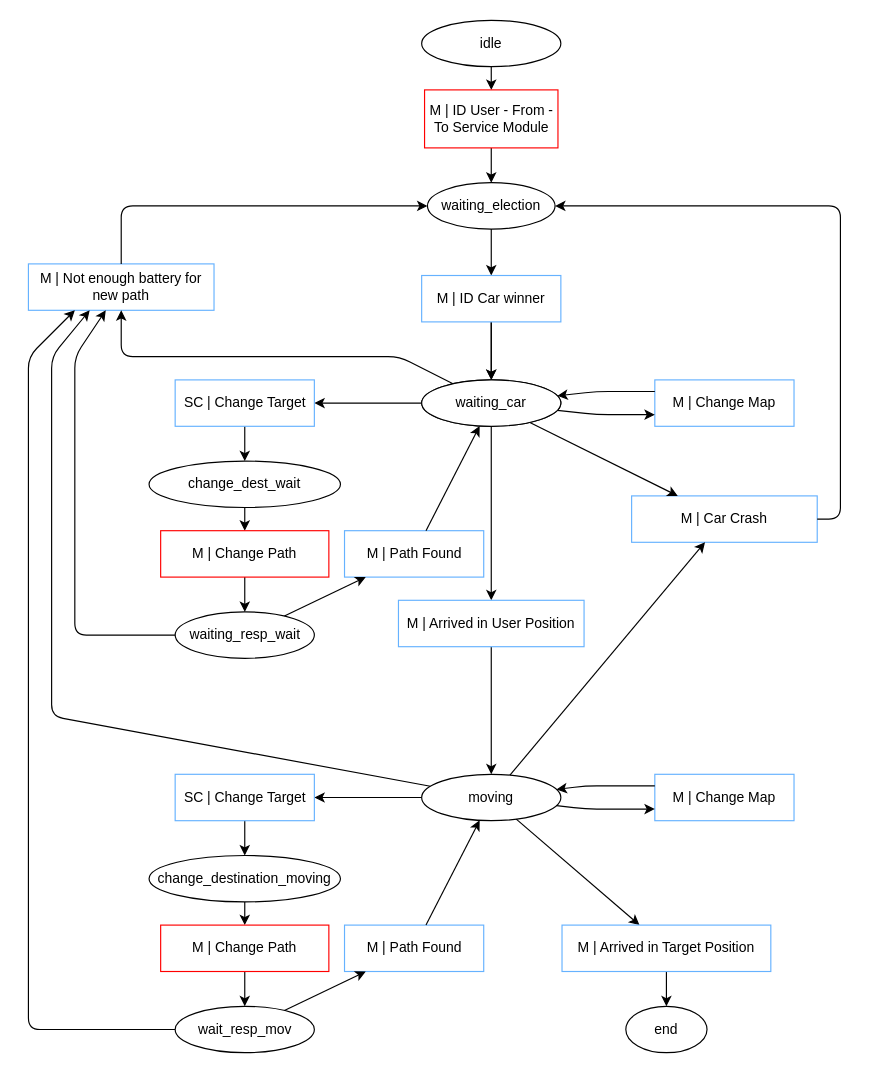
Above: relazione/automa_utente.drawio in kraots94/Sistemi (draw.io), before the change. Source tidied: cells renumbered, new cells numbered last; positions are measured from the earlier drawing's top-left corner, leaving out a move shared by most shapes. Both pictures are drawn from the tidied source at 116%, with x=0, y=0 at pixel (28, 20).
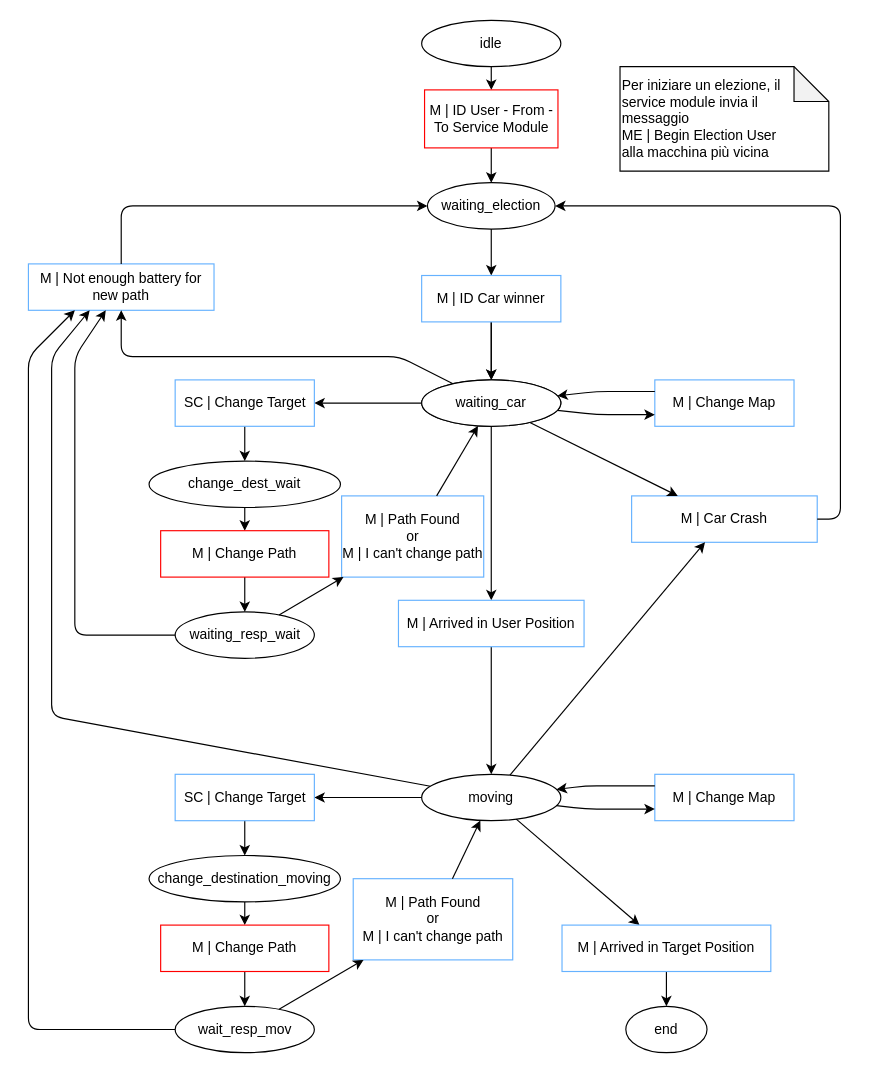
After the change.

Change to the diagram source:
```diff
@@
-    <mxCell id="27" value="M | Path Found" style="rounded=0;whiteSpace=wrap;html=1;strokeColor=#66B2FF;fillColor=none;" parent="1" vertex="1">
-      <mxGeometry x="272.5" y="440" width="120" height="40" as="geometry" />
+    <mxCell id="27" value="M | Path Found&lt;br&gt;or&lt;br&gt;M | I can't change path" style="rounded=0;whiteSpace=wrap;html=1;strokeColor=#66B2FF;fillColor=none;" parent="1" vertex="1">
+      <mxGeometry x="270" y="410" width="122.5" height="70" as="geometry" />
     </mxCell>
@@
-    <mxCell id="55" value="M | Path Found" style="rounded=0;whiteSpace=wrap;html=1;strokeColor=#66B2FF;fillColor=none;" parent="1" vertex="1">
-      <mxGeometry x="272.5" y="780" width="120" height="40" as="geometry" />
+    <mxCell id="55" value="M | Path Found&lt;br&gt;or&lt;br&gt;M | I can't change path" style="rounded=0;whiteSpace=wrap;html=1;strokeColor=#66B2FF;fillColor=none;" parent="1" vertex="1">
+      <mxGeometry x="280" y="740" width="137.5" height="70" as="geometry" />
     </mxCell>
@@
+    <mxCell id="59" value="Per iniziare un elezione, il service module invia il messaggio&amp;nbsp;&lt;br&gt;ME | Begin Election User&lt;br&gt;alla macchina più vicina" style="shape=note;whiteSpace=wrap;html=1;backgroundOutline=1;darkOpacity=0.05;align=left;" parent="1" vertex="1">
+      <mxGeometry x="510" y="40" width="180" height="90" as="geometry" />
+    </mxCell>
```
